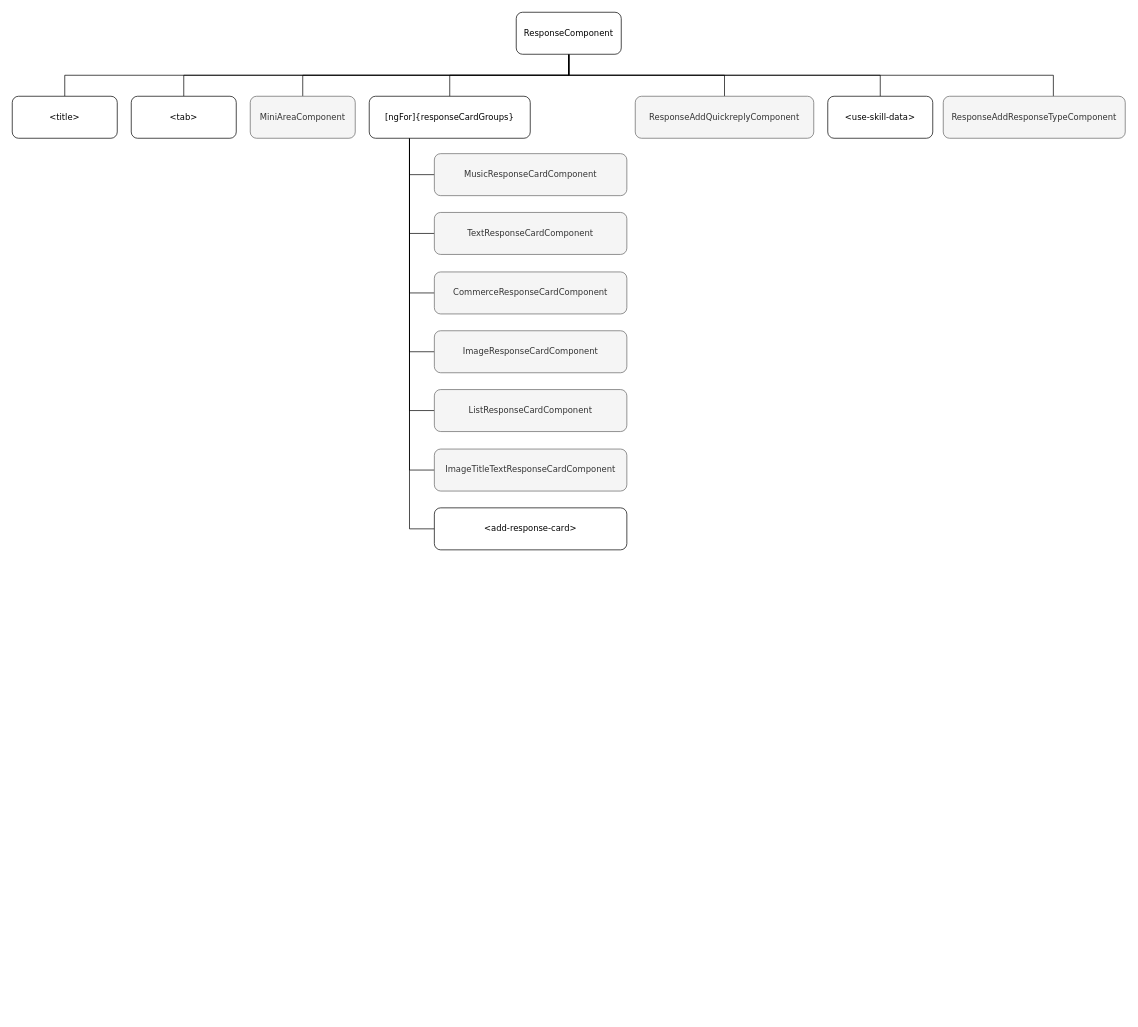
ChoDragon9/javascript-algorithms keeps this draw.io diagram as page "Page-1" (1 of 2) of ResponseComponent-After.drawio. Above is the earlier version. Source tidied: cells renumbered, new cells numbered last; positions are measured from the earlier drawing's top-left corner, leaving out a move shared by most shapes. Both pictures are drawn from the tidied source at 70%, with x=0, y=0 at pixel (12, 12).
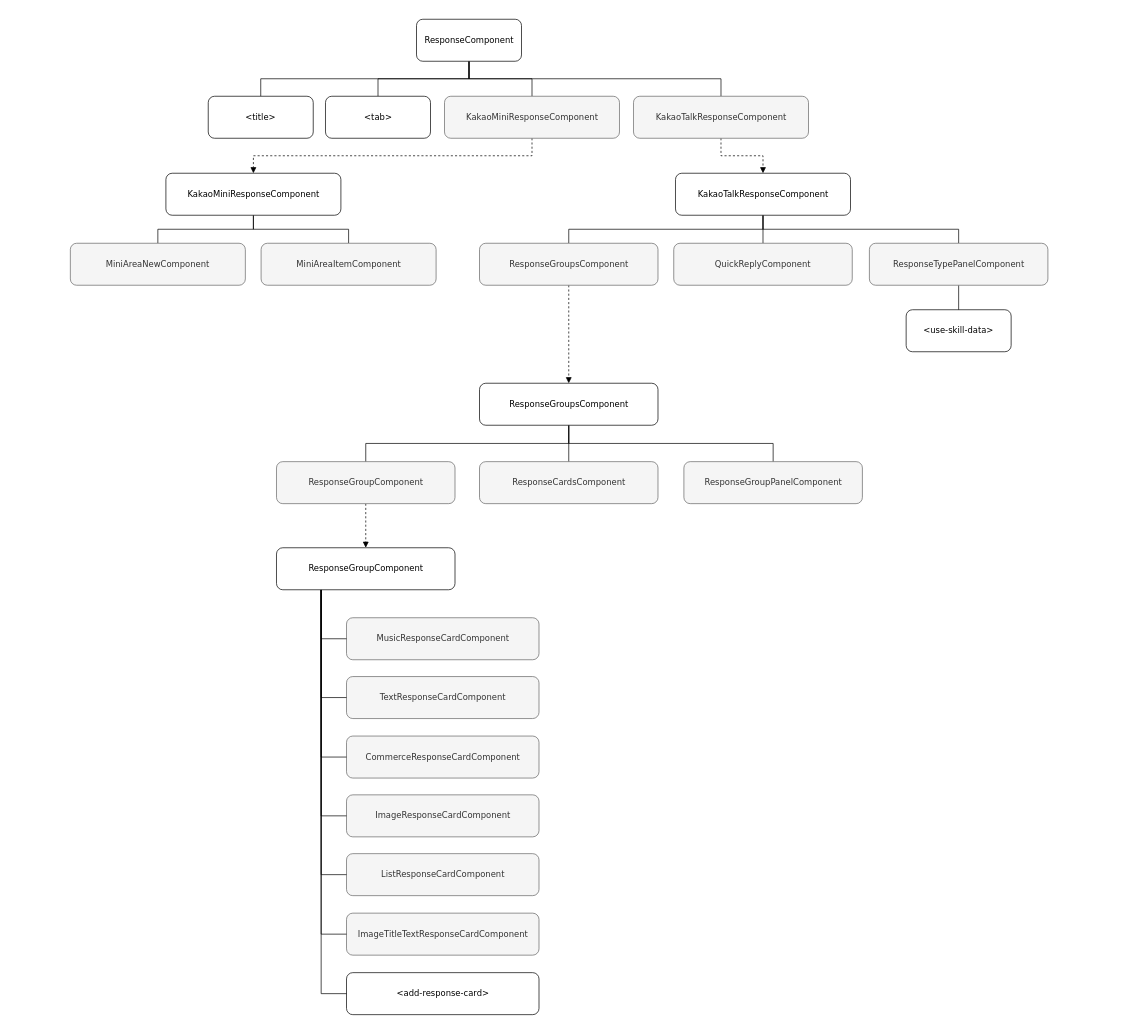
After the change.

Change to the diagram source:
```diff
@@
-    <mxCell id="5" style="edgeStyle=orthogonalEdgeStyle;rounded=0;jettySize=auto;html=1;exitX=0.5;exitY=1;exitDx=0;exitDy=0;endArrow=none;endFill=0;strokeColor=#000000;fontFamily=Verdana;" parent="1" edge="1" source="9" target="20">
-      <mxGeometry relative="1" as="geometry" />
-    </mxCell>
-    <mxCell id="6" style="edgeStyle=orthogonalEdgeStyle;rounded=0;jettySize=auto;html=1;exitX=0.5;exitY=1;exitDx=0;exitDy=0;entryX=0.5;entryY=0;entryDx=0;entryDy=0;endArrow=none;endFill=0;strokeColor=#000000;fontFamily=Verdana;" parent="1" edge="1" source="9" target="28">
-      <mxGeometry relative="1" as="geometry" />
-    </mxCell>
-    <mxCell id="7" style="edgeStyle=orthogonalEdgeStyle;rounded=0;jettySize=auto;html=1;exitX=0.5;exitY=1;exitDx=0;exitDy=0;entryX=0.5;entryY=0;entryDx=0;entryDy=0;endArrow=none;endFill=0;strokeColor=#000000;fontFamily=Verdana;" parent="1" edge="1" source="9" target="29">
-      <mxGeometry relative="1" as="geometry" />
-    </mxCell>
-    <mxCell id="8" style="edgeStyle=orthogonalEdgeStyle;rounded=0;jettySize=auto;html=1;exitX=0.5;exitY=1;exitDx=0;exitDy=0;entryX=0.605;entryY=0.006;entryDx=0;entryDy=0;entryPerimeter=0;endArrow=none;endFill=0;strokeColor=#000000;fontFamily=Verdana;" parent="1" edge="1" source="9" target="30">
-      <mxGeometry relative="1" as="geometry" />
-    </mxCell>
+    <mxCell id="31" style="edgeStyle=orthogonalEdgeStyle;rounded=0;jettySize=auto;html=1;exitX=0.5;exitY=1;exitDx=0;exitDy=0;entryX=0.5;entryY=0;entryDx=0;entryDy=0;endArrow=none;endFill=0;strokeColor=#000000;fontFamily=Verdana;fontSize=13;" parent="1" edge="1" source="9" target="34">
+      <mxGeometry relative="1" as="geometry" />
+    </mxCell>
     <mxCell id="9" value="ResponseComponent" style="rounded=1;whiteSpace=wrap;html=1;fontFamily=Verdana;" parent="1" vertex="1">
-      <mxGeometry x="720" width="150" height="60" as="geometry" />
+      <mxGeometry x="577.5" y="10" width="150" height="60" as="geometry" />
     </mxCell>
-    <mxCell id="10" value="&amp;lt;title&amp;gt;" style="rounded=1;whiteSpace=wrap;html=1;fontFamily=Verdana;" parent="1" vertex="1">
-      <mxGeometry y="120" width="150" height="60" as="geometry" />
+    <mxCell id="10" value="&amp;lt;title&amp;gt;" style="rounded=1;whiteSpace=wrap;html=1;fontFamily=Verdana;flipH=0;flipV=1;" parent="1" vertex="1">
+      <mxGeometry x="280" y="120" width="150" height="60" as="geometry" />
     </mxCell>
-    <mxCell id="11" value="&amp;lt;tab&amp;gt;" style="rounded=1;whiteSpace=wrap;html=1;fontFamily=Verdana;" parent="1" vertex="1">
-      <mxGeometry x="170" y="120" width="150" height="60" as="geometry" />
+    <mxCell id="11" value="&amp;lt;tab&amp;gt;" style="rounded=1;whiteSpace=wrap;html=1;fontFamily=Verdana;flipH=0;flipV=1;" parent="1" vertex="1">
+      <mxGeometry x="447.5" y="120" width="150" height="60" as="geometry" />
     </mxCell>
+    <mxCell id="32" style="edgeStyle=orthogonalEdgeStyle;rounded=0;jettySize=auto;html=1;exitX=0.5;exitY=1;exitDx=0;exitDy=0;dashed=1;endArrow=block;endFill=1;" parent="1" edge="1" source="12" target="37">
+      <mxGeometry relative="1" as="geometry" />
+    </mxCell>
-    <mxCell id="12" value="MiniAreaComponent" style="rounded=1;whiteSpace=wrap;html=1;fontFamily=Verdana;fillColor=#f5f5f5;strokeColor=#666666;fontColor=#333333;" parent="1" vertex="1">
-      <mxGeometry x="340" y="120" width="150" height="60" as="geometry" />
+    <mxCell id="12" value="KakaoMiniResponseComponent" style="rounded=1;whiteSpace=wrap;html=1;fontFamily=Verdana;fillColor=#f5f5f5;strokeColor=#666666;fontColor=#333333;flipH=0;flipV=1;" parent="1" vertex="1">
+      <mxGeometry x="617.5" y="120" width="250" height="60" as="geometry" />
     </mxCell>
-    <mxCell id="13" style="edgeStyle=orthogonalEdgeStyle;rounded=0;jettySize=auto;html=1;exitX=0.25;exitY=1;exitDx=0;exitDy=0;entryX=0;entryY=0.5;entryDx=0;entryDy=0;endArrow=none;endFill=0;strokeColor=#000000;fontFamily=Verdana;" parent="1" edge="1" source="20" target="21">
-      <mxGeometry relative="1" as="geometry" />
-    </mxCell>
-    <mxCell id="14" style="edgeStyle=orthogonalEdgeStyle;rounded=0;jettySize=auto;html=1;exitX=0.25;exitY=1;exitDx=0;exitDy=0;entryX=0;entryY=0.5;entryDx=0;entryDy=0;endArrow=none;endFill=0;strokeColor=#000000;fontFamily=Verdana;" parent="1" edge="1" source="20" target="22">
-      <mxGeometry relative="1" as="geometry" />
-    </mxCell>
-    <mxCell id="15" style="edgeStyle=orthogonalEdgeStyle;rounded=0;jettySize=auto;html=1;exitX=0.25;exitY=1;exitDx=0;exitDy=0;entryX=0;entryY=0.5;entryDx=0;entryDy=0;endArrow=none;endFill=0;strokeColor=#000000;fontFamily=Verdana;" parent="1" edge="1" source="20" target="23">
-      <mxGeometry relative="1" as="geometry" />
-    </mxCell>
-    <mxCell id="16" style="edgeStyle=orthogonalEdgeStyle;rounded=0;jettySize=auto;html=1;exitX=0.25;exitY=1;exitDx=0;exitDy=0;entryX=0;entryY=0.5;entryDx=0;entryDy=0;endArrow=none;endFill=0;strokeColor=#000000;fontFamily=Verdana;" parent="1" edge="1" source="20" target="24">
-      <mxGeometry relative="1" as="geometry" />
-    </mxCell>
-    <mxCell id="17" style="edgeStyle=orthogonalEdgeStyle;rounded=0;jettySize=auto;html=1;exitX=0.25;exitY=1;exitDx=0;exitDy=0;entryX=0;entryY=0.5;entryDx=0;entryDy=0;endArrow=none;endFill=0;strokeColor=#000000;fontFamily=Verdana;" parent="1" edge="1" source="20" target="25">
-      <mxGeometry relative="1" as="geometry" />
-    </mxCell>
-    <mxCell id="18" style="edgeStyle=orthogonalEdgeStyle;rounded=0;jettySize=auto;html=1;exitX=0.25;exitY=1;exitDx=0;exitDy=0;entryX=0;entryY=0.5;entryDx=0;entryDy=0;endArrow=none;endFill=0;strokeColor=#000000;fontFamily=Verdana;" parent="1" edge="1" source="20" target="26">
-      <mxGeometry relative="1" as="geometry" />
-    </mxCell>
-    <mxCell id="19" style="edgeStyle=orthogonalEdgeStyle;rounded=0;jettySize=auto;html=1;exitX=0.25;exitY=1;exitDx=0;exitDy=0;entryX=0;entryY=0.5;entryDx=0;entryDy=0;endArrow=none;endFill=0;strokeColor=#000000;fontFamily=Verdana;" parent="1" edge="1" source="20" target="27">
-      <mxGeometry relative="1" as="geometry" />
-    </mxCell>
-    <mxCell id="20" value="[ngFor]{responseCardGroups}" style="rounded=1;whiteSpace=wrap;html=1;fontFamily=Verdana;" parent="1" vertex="1">
-      <mxGeometry x="510" y="120" width="230" height="60" as="geometry" />
-    </mxCell>
     <mxCell id="21" value="MusicResponseCardComponent" style="rounded=1;whiteSpace=wrap;html=1;fontFamily=Verdana;fillColor=#f5f5f5;strokeColor=#666666;fontColor=#333333;flipV=1;" parent="1" vertex="1">
-      <mxGeometry x="603" y="202" width="275" height="60" as="geometry" />
+      <mxGeometry x="477.5" y="865" width="275" height="60" as="geometry" />
     </mxCell>
     <mxCell id="22" value="TextResponseCardComponent" style="rounded=1;whiteSpace=wrap;html=1;fontFamily=Verdana;fillColor=#f5f5f5;strokeColor=#666666;fontColor=#333333;flipV=1;" parent="1" vertex="1">
-      <mxGeometry x="603" y="286" width="275" height="60" as="geometry" />
+      <mxGeometry x="477.5" y="949" width="275" height="60" as="geometry" />
     </mxCell>
     <mxCell id="23" value="CommerceResponseCardComponent" style="rounded=1;whiteSpace=wrap;html=1;fontFamily=Verdana;fillColor=#f5f5f5;strokeColor=#666666;fontColor=#333333;flipV=1;" parent="1" vertex="1">
-      <mxGeometry x="603" y="371" width="275" height="60" as="geometry" />
+      <mxGeometry x="477.5" y="1034" width="275" height="60" as="geometry" />
     </mxCell>
     <mxCell id="24" value="ImageResponseCardComponent" style="rounded=1;whiteSpace=wrap;html=1;fontFamily=Verdana;fillColor=#f5f5f5;strokeColor=#666666;fontColor=#333333;flipV=1;" parent="1" vertex="1">
-      <mxGeometry x="603" y="455" width="275" height="60" as="geometry" />
+      <mxGeometry x="477.5" y="1118" width="275" height="60" as="geometry" />
     </mxCell>
     <mxCell id="25" value="ListResponseCardComponent" style="rounded=1;whiteSpace=wrap;html=1;fontFamily=Verdana;fillColor=#f5f5f5;strokeColor=#666666;fontColor=#333333;flipV=1;" parent="1" vertex="1">
-      <mxGeometry x="603" y="539" width="275" height="60" as="geometry" />
+      <mxGeometry x="477.5" y="1202" width="275" height="60" as="geometry" />
     </mxCell>
     <mxCell id="26" value="ImageTitleTextResponseCardComponent" style="rounded=1;whiteSpace=wrap;html=1;fontFamily=Verdana;fillColor=#f5f5f5;strokeColor=#666666;fontColor=#333333;flipV=1;" parent="1" vertex="1">
-      <mxGeometry x="603" y="624" width="275" height="60" as="geometry" />
+      <mxGeometry x="477.5" y="1287" width="275" height="60" as="geometry" />
     </mxCell>
     <mxCell id="27" value="&amp;lt;add-response-card&amp;gt;" style="rounded=1;whiteSpace=wrap;html=1;fontFamily=Verdana;flipV=1;" parent="1" vertex="1">
-      <mxGeometry x="603" y="708" width="275" height="60" as="geometry" />
+      <mxGeometry x="477.5" y="1372" width="275" height="60" as="geometry" />
     </mxCell>
-    <mxCell id="28" value="ResponseAddQuickreplyComponent" style="rounded=1;whiteSpace=wrap;html=1;fontFamily=Verdana;fillColor=#f5f5f5;strokeColor=#666666;fontColor=#333333;" parent="1" vertex="1">
-      <mxGeometry x="890" y="120" width="255" height="60" as="geometry" />
-    </mxCell>
     <mxCell id="29" value="&amp;lt;use-skill-data&amp;gt;" style="rounded=1;whiteSpace=wrap;html=1;fontFamily=Verdana;" parent="1" vertex="1">
-      <mxGeometry x="1165" y="120" width="150" height="60" as="geometry" />
+      <mxGeometry x="1277" y="425" width="150" height="60" as="geometry" />
     </mxCell>
-    <mxCell id="30" value="ResponseAddResponseTypeComponent" style="rounded=1;whiteSpace=wrap;html=1;fontFamily=Verdana;fillColor=#f5f5f5;strokeColor=#666666;fontColor=#333333;" parent="1" vertex="1">
-      <mxGeometry x="1330" y="120" width="260" height="60" as="geometry" />
-    </mxCell>
+    <mxCell id="33" style="edgeStyle=orthogonalEdgeStyle;rounded=0;jettySize=auto;html=1;exitX=0.5;exitY=1;exitDx=0;exitDy=0;entryX=0.5;entryY=0;entryDx=0;entryDy=0;dashed=1;endArrow=block;endFill=1;" parent="1" edge="1" source="34" target="43">
+      <mxGeometry relative="1" as="geometry" />
+    </mxCell>
+    <mxCell id="34" value="KakaoTalkResponseComponent" style="rounded=1;whiteSpace=wrap;html=1;fontFamily=Verdana;fillColor=#f5f5f5;strokeColor=#666666;fontColor=#333333;flipH=0;flipV=1;" parent="1" vertex="1">
+      <mxGeometry x="887.5" y="120" width="250" height="60" as="geometry" />
+    </mxCell>
+    <mxCell id="35" style="edgeStyle=orthogonalEdgeStyle;rounded=0;jettySize=auto;html=1;exitX=0.5;exitY=1;exitDx=0;exitDy=0;entryX=0.5;entryY=0;entryDx=0;entryDy=0;endArrow=none;endFill=0;strokeColor=#000000;fontFamily=Verdana;fontSize=13;" parent="1" edge="1" source="37" target="38">
+      <mxGeometry relative="1" as="geometry" />
+    </mxCell>
+    <mxCell id="36" style="edgeStyle=orthogonalEdgeStyle;rounded=0;jettySize=auto;html=1;exitX=0.5;exitY=1;exitDx=0;exitDy=0;entryX=0.5;entryY=0;entryDx=0;entryDy=0;endArrow=none;endFill=0;strokeColor=#000000;fontFamily=Verdana;fontSize=13;" parent="1" edge="1" source="37" target="39">
+      <mxGeometry relative="1" as="geometry" />
+    </mxCell>
+    <mxCell id="37" value="KakaoMiniResponseComponent" style="rounded=1;whiteSpace=wrap;html=1;fontFamily=Verdana;flipH=0;flipV=1;" parent="1" vertex="1">
+      <mxGeometry x="219.5" y="230" width="250" height="60" as="geometry" />
+    </mxCell>
+    <mxCell id="38" value="MiniAreaNewComponent" style="rounded=1;whiteSpace=wrap;html=1;fontFamily=Verdana;fillColor=#f5f5f5;strokeColor=#666666;fontColor=#333333;flipH=0;flipV=1;" parent="1" vertex="1">
+      <mxGeometry x="83" y="330" width="250" height="60" as="geometry" />
+    </mxCell>
+    <mxCell id="39" value="MiniAreaItemComponent" style="rounded=1;whiteSpace=wrap;html=1;fontFamily=Verdana;fillColor=#f5f5f5;strokeColor=#666666;fontColor=#333333;flipH=0;flipV=1;" parent="1" vertex="1">
+      <mxGeometry x="355.5" y="330" width="250" height="60" as="geometry" />
+    </mxCell>
+    <mxCell id="40" style="edgeStyle=orthogonalEdgeStyle;rounded=0;jettySize=auto;html=1;exitX=0.5;exitY=1;exitDx=0;exitDy=0;entryX=0.5;entryY=0;entryDx=0;entryDy=0;endArrow=none;endFill=0;strokeColor=#000000;fontFamily=Verdana;fontSize=13;" parent="1" edge="1" source="43" target="45">
+      <mxGeometry relative="1" as="geometry" />
+    </mxCell>
+    <mxCell id="41" style="edgeStyle=orthogonalEdgeStyle;rounded=0;jettySize=auto;html=1;exitX=0.5;exitY=1;exitDx=0;exitDy=0;entryX=0.5;entryY=0;entryDx=0;entryDy=0;endArrow=none;endFill=0;strokeColor=#000000;fontFamily=Verdana;fontSize=13;" parent="1" edge="1" source="43" target="46">
+      <mxGeometry relative="1" as="geometry" />
+    </mxCell>
+    <mxCell id="42" style="edgeStyle=orthogonalEdgeStyle;rounded=0;jettySize=auto;html=1;exitX=0.5;exitY=1;exitDx=0;exitDy=0;entryX=0.5;entryY=0;entryDx=0;entryDy=0;endArrow=none;endFill=0;strokeColor=#000000;fontFamily=Verdana;fontSize=13;" parent="1" edge="1" source="43" target="48">
+      <mxGeometry relative="1" as="geometry" />
+    </mxCell>
+    <mxCell id="43" value="KakaoTalkResponseComponent" style="rounded=1;whiteSpace=wrap;html=1;fontFamily=Verdana;flipH=0;flipV=1;" parent="1" vertex="1">
+      <mxGeometry x="947.5" y="230" width="250" height="60" as="geometry" />
+    </mxCell>
+    <mxCell id="44" style="edgeStyle=orthogonalEdgeStyle;rounded=0;jettySize=auto;html=1;exitX=0.5;exitY=1;exitDx=0;exitDy=0;dashed=1;endArrow=block;endFill=1;" parent="1" edge="1" source="45" target="52">
+      <mxGeometry relative="1" as="geometry" />
+    </mxCell>
+    <mxCell id="45" value="ResponseGroupsComponent" style="rounded=1;whiteSpace=wrap;html=1;fontFamily=Verdana;fillColor=#f5f5f5;strokeColor=#666666;fontColor=#333333;" parent="1" vertex="1">
+      <mxGeometry x="667.5" y="330" width="255" height="60" as="geometry" />
+    </mxCell>
+    <mxCell id="46" value="QuickReplyComponent" style="rounded=1;whiteSpace=wrap;html=1;fontFamily=Verdana;fillColor=#f5f5f5;strokeColor=#666666;fontColor=#333333;" parent="1" vertex="1">
+      <mxGeometry x="945" y="330" width="255" height="60" as="geometry" />
+    </mxCell>
+    <mxCell id="47" style="edgeStyle=orthogonalEdgeStyle;rounded=0;jettySize=auto;html=1;exitX=0.5;exitY=1;exitDx=0;exitDy=0;entryX=0.5;entryY=0;entryDx=0;entryDy=0;endArrow=none;endFill=0;strokeColor=#000000;fontFamily=Verdana;fontSize=13;" parent="1" edge="1" source="48" target="29">
+      <mxGeometry relative="1" as="geometry" />
+    </mxCell>
+    <mxCell id="48" value="ResponseTypePanelComponent" style="rounded=1;whiteSpace=wrap;html=1;fontFamily=Verdana;fillColor=#f5f5f5;strokeColor=#666666;fontColor=#333333;" parent="1" vertex="1">
+      <mxGeometry x="1224.5" y="330" width="255" height="60" as="geometry" />
+    </mxCell>
+    <mxCell id="49" style="edgeStyle=orthogonalEdgeStyle;rounded=0;jettySize=auto;html=1;exitX=0.5;exitY=1;exitDx=0;exitDy=0;entryX=0.5;entryY=0;entryDx=0;entryDy=0;endArrow=none;endFill=0;strokeColor=#000000;fontFamily=Verdana;fontSize=13;" parent="1" edge="1" source="52" target="54">
+      <mxGeometry relative="1" as="geometry" />
+    </mxCell>
+    <mxCell id="50" style="edgeStyle=orthogonalEdgeStyle;rounded=0;jettySize=auto;html=1;exitX=0.5;exitY=1;exitDx=0;exitDy=0;entryX=0.5;entryY=0;entryDx=0;entryDy=0;endArrow=none;endFill=0;strokeColor=#000000;fontFamily=Verdana;fontSize=13;" parent="1" edge="1" source="52" target="55">
+      <mxGeometry relative="1" as="geometry" />
+    </mxCell>
+    <mxCell id="51" style="edgeStyle=orthogonalEdgeStyle;rounded=0;jettySize=auto;html=1;exitX=0.5;exitY=1;exitDx=0;exitDy=0;entryX=0.5;entryY=0;entryDx=0;entryDy=0;endArrow=none;endFill=0;strokeColor=#000000;fontFamily=Verdana;fontSize=13;" parent="1" edge="1" source="52" target="56">
+      <mxGeometry relative="1" as="geometry" />
+    </mxCell>
+    <mxCell id="52" value="ResponseGroupsComponent" style="rounded=1;whiteSpace=wrap;html=1;fontFamily=Verdana;" parent="1" vertex="1">
+      <mxGeometry x="667.5" y="530" width="255" height="60" as="geometry" />
+    </mxCell>
+    <mxCell id="53" style="edgeStyle=orthogonalEdgeStyle;rounded=0;jettySize=auto;html=1;exitX=0.5;exitY=1;exitDx=0;exitDy=0;dashed=1;endArrow=block;endFill=1;" parent="1" edge="1" source="54" target="64">
+      <mxGeometry relative="1" as="geometry" />
+    </mxCell>
+    <mxCell id="54" value="ResponseGroupComponent" style="rounded=1;whiteSpace=wrap;html=1;fontFamily=Verdana;fillColor=#f5f5f5;strokeColor=#666666;fontColor=#333333;" parent="1" vertex="1">
+      <mxGeometry x="377.5" y="642" width="255" height="60" as="geometry" />
+    </mxCell>
+    <mxCell id="55" value="ResponseCardsComponent" style="rounded=1;whiteSpace=wrap;html=1;fontFamily=Verdana;fillColor=#f5f5f5;strokeColor=#666666;fontColor=#333333;" parent="1" vertex="1">
+      <mxGeometry x="667.5" y="642" width="255" height="60" as="geometry" />
+    </mxCell>
+    <mxCell id="56" value="ResponseGroupPanelComponent" style="rounded=1;whiteSpace=wrap;html=1;fontFamily=Verdana;fillColor=#f5f5f5;strokeColor=#666666;fontColor=#333333;" parent="1" vertex="1">
+      <mxGeometry x="959.5" y="642" width="255" height="60" as="geometry" />
+    </mxCell>
+    <mxCell id="57" style="edgeStyle=orthogonalEdgeStyle;rounded=0;jettySize=auto;html=1;exitX=0.25;exitY=1;exitDx=0;exitDy=0;entryX=0;entryY=0.5;entryDx=0;entryDy=0;endArrow=none;endFill=0;strokeColor=#000000;fontFamily=Verdana;fontSize=13;" parent="1" edge="1" source="64" target="21">
+      <mxGeometry relative="1" as="geometry" />
+    </mxCell>
+    <mxCell id="58" style="edgeStyle=orthogonalEdgeStyle;rounded=0;jettySize=auto;html=1;exitX=0.25;exitY=1;exitDx=0;exitDy=0;entryX=0;entryY=0.5;entryDx=0;entryDy=0;endArrow=none;endFill=0;strokeColor=#000000;fontFamily=Verdana;fontSize=13;" parent="1" edge="1" source="64" target="22">
+      <mxGeometry relative="1" as="geometry" />
+    </mxCell>
+    <mxCell id="59" style="edgeStyle=orthogonalEdgeStyle;rounded=0;jettySize=auto;html=1;exitX=0.25;exitY=1;exitDx=0;exitDy=0;entryX=0;entryY=0.5;entryDx=0;entryDy=0;endArrow=none;endFill=0;strokeColor=#000000;fontFamily=Verdana;fontSize=13;" parent="1" edge="1" source="64" target="23">
+      <mxGeometry relative="1" as="geometry" />
+    </mxCell>
+    <mxCell id="60" style="edgeStyle=orthogonalEdgeStyle;rounded=0;jettySize=auto;html=1;exitX=0.25;exitY=1;exitDx=0;exitDy=0;entryX=0;entryY=0.5;entryDx=0;entryDy=0;endArrow=none;endFill=0;strokeColor=#000000;fontFamily=Verdana;fontSize=13;" parent="1" edge="1" source="64" target="24">
+      <mxGeometry relative="1" as="geometry" />
+    </mxCell>
+    <mxCell id="61" style="edgeStyle=orthogonalEdgeStyle;rounded=0;jettySize=auto;html=1;exitX=0.25;exitY=1;exitDx=0;exitDy=0;entryX=0;entryY=0.5;entryDx=0;entryDy=0;endArrow=none;endFill=0;strokeColor=#000000;fontFamily=Verdana;fontSize=13;" parent="1" edge="1" source="64" target="26">
+      <mxGeometry relative="1" as="geometry" />
+    </mxCell>
+    <mxCell id="62" style="edgeStyle=orthogonalEdgeStyle;rounded=0;jettySize=auto;html=1;exitX=0.25;exitY=1;exitDx=0;exitDy=0;entryX=0;entryY=0.5;entryDx=0;entryDy=0;endArrow=none;endFill=0;strokeColor=#000000;fontFamily=Verdana;fontSize=13;" parent="1" edge="1" source="64" target="25">
+      <mxGeometry relative="1" as="geometry" />
+    </mxCell>
+    <mxCell id="63" style="edgeStyle=orthogonalEdgeStyle;rounded=0;jettySize=auto;html=1;exitX=0.25;exitY=1;exitDx=0;exitDy=0;entryX=0;entryY=0.5;entryDx=0;entryDy=0;endArrow=none;endFill=0;strokeColor=#000000;fontFamily=Verdana;fontSize=13;" parent="1" edge="1" source="64" target="27">
+      <mxGeometry relative="1" as="geometry" />
+    </mxCell>
+    <mxCell id="64" value="ResponseGroupComponent" style="rounded=1;whiteSpace=wrap;html=1;fontFamily=Verdana;" parent="1" vertex="1">
+      <mxGeometry x="377.5" y="765" width="255" height="60" as="geometry" />
+    </mxCell>
```
